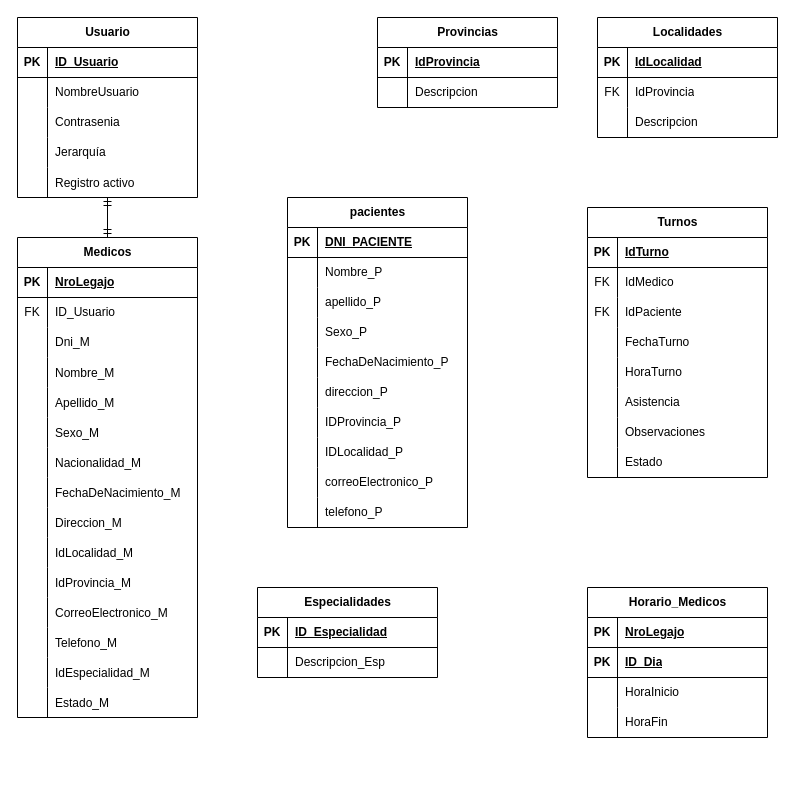
The draw.io diagram DER_Clinica.drawio in ZerothVeratross/tpi-progra3, before the edit. Source tidied: cells renumbered, new cells numbered last; positions are measured from the earlier drawing's top-left corner, leaving out a move shared by most shapes. Both pictures are drawn from the tidied source at 100%, with x=0, y=0 at pixel (17, 17).
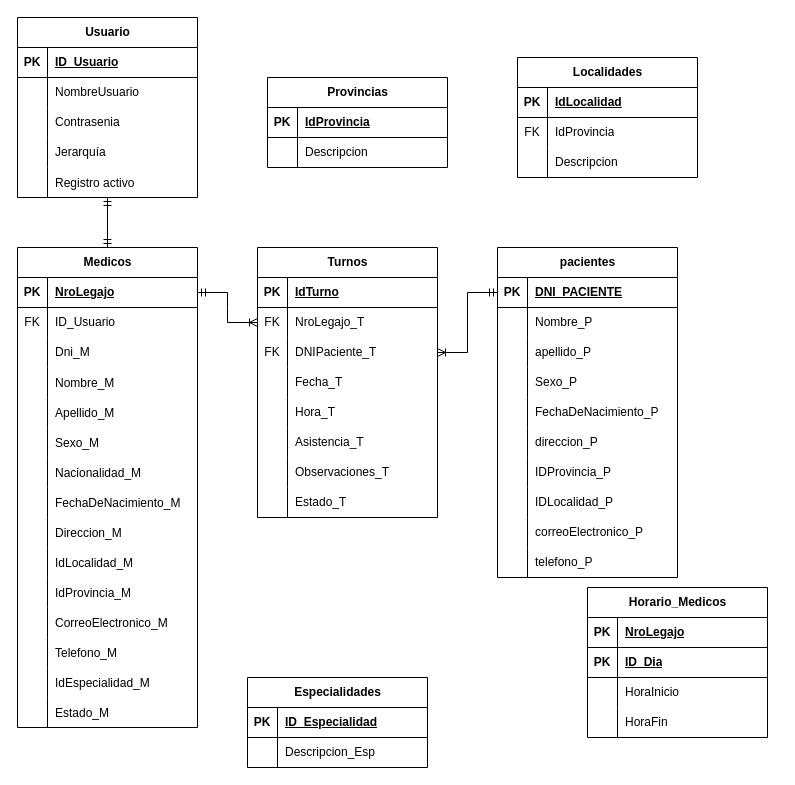
The same diagram, later.

Commit message:
Cambio de nombres en Turno y relacion entre Medico-Turno y Paciente-Turno

The change refers to these unchanged cells:
```xml
<mxCell id="40" style="shape=tableRow;horizontal=0;startSize=0;swimlaneHead=0;swimlaneBody=0;fillColor=none;points=[[0,0.5],[1,0.5]];portConstraint=eastwest;top=0;left=0;right=0;bottom=0;" parent="36" vertex="1">
  <mxGeometry y="60" width="180" height="30" as="geometry" />
</mxCell>
<mxCell id="43" style="shape=tableRow;horizontal=0;startSize=0;swimlaneHead=0;swimlaneBody=0;fillColor=none;points=[[0,0.5],[1,0.5]];portConstraint=eastwest;top=0;left=0;right=0;bottom=0;" parent="36" vertex="1">
  <mxGeometry y="90" width="180" height="30" as="geometry" />
</mxCell>
<mxCell id="46" style="shape=tableRow;horizontal=0;startSize=0;swimlaneHead=0;swimlaneBody=0;fillColor=none;top=0;left=0;right=0;bottom=0;" parent="36" vertex="1">
  <mxGeometry y="120" width="180" height="30" as="geometry" />
</mxCell>
<mxCell id="49" style="shape=tableRow;horizontal=0;startSize=0;swimlaneHead=0;swimlaneBody=0;fillColor=none;top=0;left=0;right=0;bottom=0;" parent="36" vertex="1">
  <mxGeometry y="150" width="180" height="30" as="geometry" />
</mxCell>
<mxCell id="52" style="shape=tableRow;horizontal=0;startSize=0;swimlaneHead=0;swimlaneBody=0;fillColor=none;top=0;left=0;right=0;bottom=0;" parent="36" vertex="1">
  <mxGeometry y="180" width="180" height="30" as="geometry" />
</mxCell>
<mxCell id="55" style="shape=tableRow;horizontal=0;startSize=0;swimlaneHead=0;swimlaneBody=0;fillColor=none;top=0;left=0;right=0;bottom=0;" parent="36" vertex="1">
  <mxGeometry y="210" width="180" height="30" as="geometry" />
</mxCell>
<mxCell id="58" style="shape=tableRow;horizontal=0;startSize=0;swimlaneHead=0;swimlaneBody=0;fillColor=none;top=0;left=0;right=0;bottom=0;" parent="36" vertex="1">
  <mxGeometry y="240" width="180" height="30" as="geometry" />
</mxCell>
<mxCell id="62" style="shape=tableRow;horizontal=0;startSize=0;swimlaneHead=0;swimlaneBody=0;fillColor=none;points=[[0,0.5],[1,0.5]];portConstraint=eastwest;top=0;left=0;right=0;bottom=1;" parent="61" vertex="1">
  <mxGeometry y="30" width="180" height="30" as="geometry" />
</mxCell>
<mxCell id="93" style="shape=tableRow;horizontal=0;startSize=0;swimlaneHead=0;swimlaneBody=0;fillColor=none;points=[[0,0.5],[1,0.5]];portConstraint=eastwest;top=0;left=0;right=0;bottom=1;" parent="92" vertex="1">
  <mxGeometry y="30" width="180" height="30" as="geometry" />
</mxCell>
```

Change to the diagram source:
```diff
@@
     <mxCell id="19" value="Localidades" style="shape=table;startSize=30;childLayout=tableLayout;rowLines=0;fontStyle=1;align=center;html=1;" parent="1" vertex="1">
-      <mxGeometry x="580" width="180" height="120" as="geometry" />
+      <mxGeometry x="500" y="40" width="180" height="120" as="geometry" />
     </mxCell>
@@
     <mxCell id="29" value="Provincias" style="shape=table;startSize=30;childLayout=tableLayout;rowLines=0;fontStyle=1;align=center;html=1;" parent="1" vertex="1">
-      <mxGeometry x="360" width="180" height="90" as="geometry" />
+      <mxGeometry x="250" y="60" width="180" height="90" as="geometry" />
     </mxCell>
@@
     <mxCell id="36" value="Turnos" style="shape=table;startSize=30;childLayout=tableLayout;rowLines=0;fontStyle=1;align=center;html=1;" parent="1" vertex="1">
-      <mxGeometry x="570" y="190" width="180" height="270" as="geometry" />
+      <mxGeometry x="240" y="230" width="180" height="270" as="geometry" />
     </mxCell>
@@
-    <mxCell id="42" value="IdMedico" style="shape=partialRectangle;fillColor=none;top=0;left=0;bottom=0;right=0;align=left;spacingLeft=6;overflow=hidden;whiteSpace=wrap;html=1;verticalAlign=middle;" parent="40" vertex="1">
+    <mxCell id="42" value="NroLegajo_T" style="shape=partialRectangle;fillColor=none;top=0;left=0;bottom=0;right=0;align=left;spacingLeft=6;overflow=hidden;whiteSpace=wrap;html=1;verticalAlign=middle;" parent="40" vertex="1">
       <mxGeometry x="30" width="150" height="30" as="geometry" />
     </mxCell>
@@
-    <mxCell id="45" value="IdPaciente" style="shape=partialRectangle;fillColor=none;top=0;left=0;bottom=0;right=0;align=left;spacingLeft=6;overflow=hidden;whiteSpace=wrap;html=1;verticalAlign=middle;" parent="43" vertex="1">
+    <mxCell id="45" value="DNIPaciente_T" style="shape=partialRectangle;fillColor=none;top=0;left=0;bottom=0;right=0;align=left;spacingLeft=6;overflow=hidden;whiteSpace=wrap;html=1;verticalAlign=middle;" parent="43" vertex="1">
       <mxGeometry x="30" width="150" height="30" as="geometry" />
     </mxCell>
@@
-    <mxCell id="48" value="FechaTurno" style="shape=partialRectangle;fillColor=none;top=0;left=0;bottom=0;right=0;align=left;spacingLeft=6;overflow=hidden;whiteSpace=wrap;html=1;" parent="46" vertex="1">
+    <mxCell id="48" value="Fecha_T" style="shape=partialRectangle;fillColor=none;top=0;left=0;bottom=0;right=0;align=left;spacingLeft=6;overflow=hidden;whiteSpace=wrap;html=1;" parent="46" vertex="1">
       <mxGeometry x="30" width="150" height="30" as="geometry" />
     </mxCell>
@@
-    <mxCell id="51" value="HoraTurno" style="shape=partialRectangle;fillColor=none;top=0;left=0;bottom=0;right=0;align=left;spacingLeft=6;overflow=hidden;whiteSpace=wrap;html=1;" parent="49" vertex="1">
+    <mxCell id="51" value="Hora_T" style="shape=partialRectangle;fillColor=none;top=0;left=0;bottom=0;right=0;align=left;spacingLeft=6;overflow=hidden;whiteSpace=wrap;html=1;" parent="49" vertex="1">
       <mxGeometry x="30" width="150" height="30" as="geometry" />
     </mxCell>
@@
-    <mxCell id="54" value="Asistencia" style="shape=partialRectangle;fillColor=none;top=0;left=0;bottom=0;right=0;align=left;spacingLeft=6;overflow=hidden;whiteSpace=wrap;html=1;" parent="52" vertex="1">
+    <mxCell id="54" value="Asistencia_T" style="shape=partialRectangle;fillColor=none;top=0;left=0;bottom=0;right=0;align=left;spacingLeft=6;overflow=hidden;whiteSpace=wrap;html=1;" parent="52" vertex="1">
       <mxGeometry x="30" width="150" height="30" as="geometry" />
     </mxCell>
@@
-    <mxCell id="57" value="Observaciones" style="shape=partialRectangle;fillColor=none;top=0;left=0;bottom=0;right=0;align=left;spacingLeft=6;overflow=hidden;whiteSpace=wrap;html=1;" parent="55" vertex="1">
+    <mxCell id="57" value="Observaciones_T" style="shape=partialRectangle;fillColor=none;top=0;left=0;bottom=0;right=0;align=left;spacingLeft=6;overflow=hidden;whiteSpace=wrap;html=1;" parent="55" vertex="1">
       <mxGeometry x="30" width="150" height="30" as="geometry" />
     </mxCell>
@@
-    <mxCell id="60" value="Estado" style="shape=partialRectangle;fillColor=none;top=0;left=0;bottom=0;right=0;align=left;spacingLeft=6;overflow=hidden;whiteSpace=wrap;html=1;" parent="58" vertex="1">
+    <mxCell id="60" value="Estado_T" style="shape=partialRectangle;fillColor=none;top=0;left=0;bottom=0;right=0;align=left;spacingLeft=6;overflow=hidden;whiteSpace=wrap;html=1;" parent="58" vertex="1">
       <mxGeometry x="30" width="150" height="30" as="geometry" />
     </mxCell>
     <mxCell id="61" value="pacientes" style="shape=table;startSize=30;childLayout=tableLayout;rowLines=0;fontStyle=1;align=center;html=1;" parent="1" vertex="1">
-      <mxGeometry x="270" y="180" width="180" height="330" as="geometry" />
+      <mxGeometry x="480" y="230" width="180" height="330" as="geometry" />
     </mxCell>
@@
     <mxCell id="92" value="Medicos" style="shape=table;startSize=30;childLayout=tableLayout;rowLines=0;fontStyle=1;align=center;html=1;" parent="1" vertex="1">
-      <mxGeometry y="220" width="180" height="480" as="geometry" />
+      <mxGeometry y="230" width="180" height="480" as="geometry" />
     </mxCell>
@@
     <mxCell id="138" value="Especialidades" style="shape=table;startSize=30;childLayout=tableLayout;rowLines=0;fontStyle=1;align=center;html=1;" parent="1" vertex="1">
-      <mxGeometry x="240" y="570" width="180" height="90" as="geometry" />
+      <mxGeometry x="230" y="660" width="180" height="90" as="geometry" />
     </mxCell>
@@
+    <mxCell id="158" style="edgeStyle=entityRelationEdgeStyle;fontSize=12;html=1;endArrow=ERoneToMany;startArrow=ERmandOne;rounded=0;exitX=1;exitY=0.5;exitDx=0;exitDy=0;entryX=0;entryY=0.5;entryDx=0;entryDy=0;" parent="1" edge="1" source="93" target="40">
+      <mxGeometry relative="1" as="geometry" />
+    </mxCell>
+    <mxCell id="159" style="edgeStyle=entityRelationEdgeStyle;fontSize=12;html=1;endArrow=ERoneToMany;startArrow=ERmandOne;rounded=0;entryX=1;entryY=0.5;entryDx=0;entryDy=0;exitX=0;exitY=0.5;exitDx=0;exitDy=0;" parent="1" edge="1" source="62" target="43">
+      <mxGeometry relative="1" as="geometry">
+        <Array as="points">
+          <mxPoint x="450" y="290" />
+          <mxPoint x="450" y="290" />
+          <mxPoint x="440" y="320" />
+        </Array>
+      </mxGeometry>
+    </mxCell>
```
